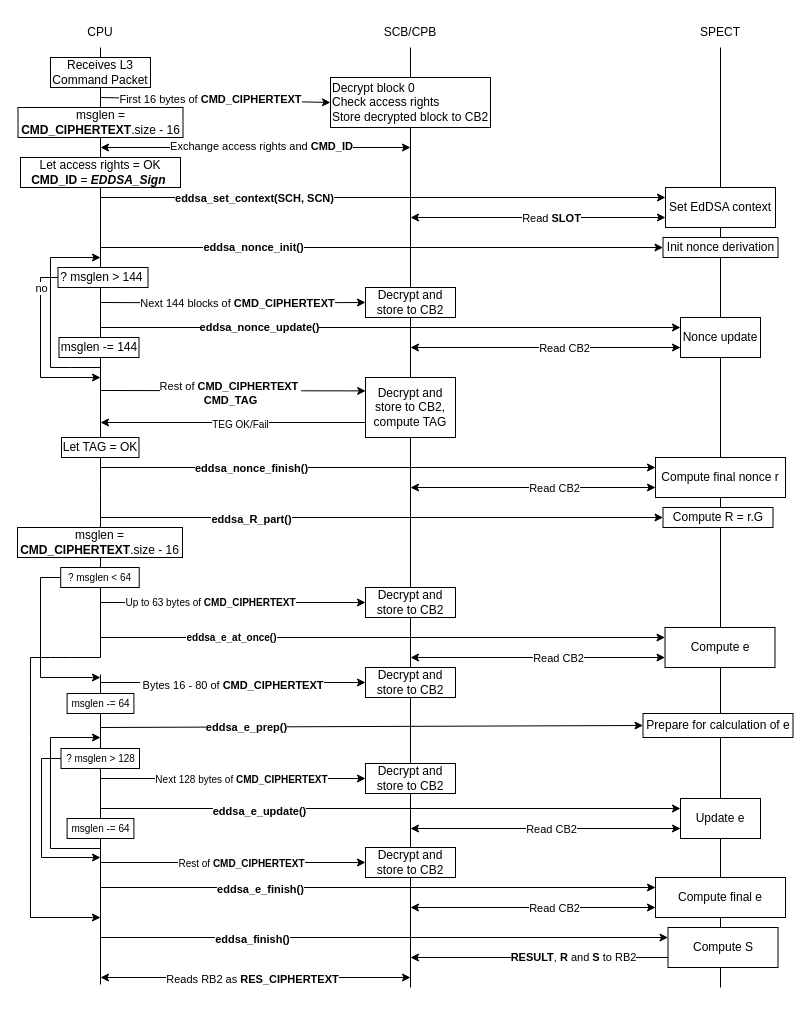
Before: doc/spect_fw_api/img/FS_EDDSA_DF.drawio in tropicsquare/ts-spect-fw, a draw.io diagram. Source tidied: cells renumbered, new cells numbered last; positions are measured from the earlier drawing's top-left corner, leaving out a move shared by most shapes. Both pictures are drawn from the tidied source at 100%, with x=0, y=0 at pixel (17, 17).
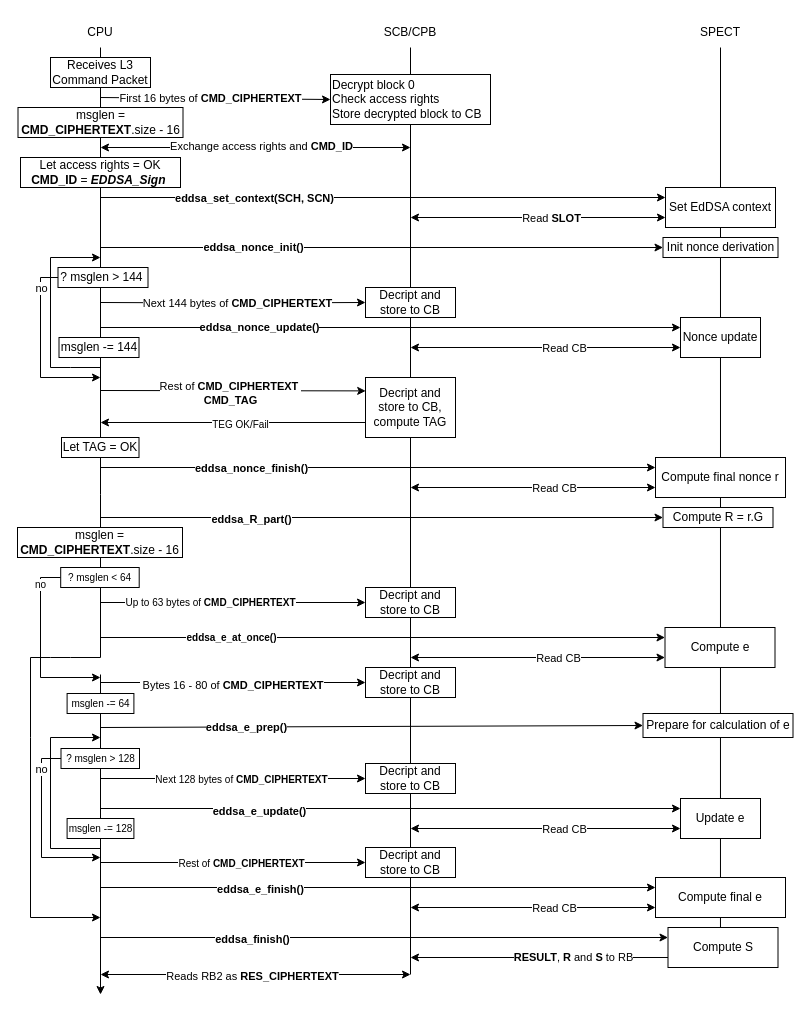
The same diagram, later.

Unchanged cells that the change refers to:
```xml
<mxCell id="5" value="SPECT" style="text;html=1;strokeColor=none;fillColor=none;align=center;verticalAlign=middle;whiteSpace=wrap;rounded=0;" parent="1" vertex="1">
  <mxGeometry x="683" width="40" height="30" as="geometry" />
</mxCell>
<mxCell id="7" value="SCB/CPB" style="text;html=1;strokeColor=none;fillColor=none;align=center;verticalAlign=middle;whiteSpace=wrap;rounded=0;" parent="1" vertex="1">
  <mxGeometry x="373" width="40" height="30" as="geometry" />
</mxCell>
<mxCell id="24" style="edgeStyle=orthogonalEdgeStyle;rounded=0;jettySize=auto;html=1;startArrow=none;startFill=0;entryX=0;entryY=0.5;entryDx=0;entryDy=0;" parent="1" edge="1" target="29">
  <mxGeometry relative="1" as="geometry">
    <mxPoint x="83" y="285" as="sourcePoint" />
  </mxGeometry>
</mxCell>
<mxCell id="33" style="endArrow=classic;startArrow=classic;html=1;rounded=0;entryX=0;entryY=0.75;entryDx=0;entryDy=0;" parent="1" edge="1" target="35">
  <mxGeometry relative="1" as="geometry">
    <mxPoint x="393" y="330" as="sourcePoint" />
  </mxGeometry>
</mxCell>
<mxCell id="43" style="endArrow=classic;startArrow=classic;html=1;rounded=0;entryX=0;entryY=0.75;entryDx=0;entryDy=0;" parent="1" edge="1" target="45">
  <mxGeometry relative="1" as="geometry">
    <mxPoint x="393" y="470" as="sourcePoint" />
  </mxGeometry>
</mxCell>
<mxCell id="56" style="endArrow=classic;startArrow=classic;html=1;rounded=0;entryX=0;entryY=0.75;entryDx=0;entryDy=0;" parent="1" edge="1" target="58">
  <mxGeometry relative="1" as="geometry">
    <mxPoint x="393" y="811" as="sourcePoint" />
  </mxGeometry>
</mxCell>
<mxCell id="61" style="endArrow=classic;startArrow=classic;html=1;rounded=0;entryX=0;entryY=0.75;entryDx=0;entryDy=0;" parent="1" edge="1" target="63">
  <mxGeometry relative="1" as="geometry">
    <mxPoint x="393" y="890" as="sourcePoint" />
  </mxGeometry>
</mxCell>
<mxCell id="66" value="Compute S" style="rounded=0;whiteSpace=wrap;html=1;labelBorderColor=none;" parent="1" vertex="1">
  <mxGeometry x="650.5" y="910" width="110" height="40" as="geometry" />
</mxCell>
<mxCell id="69" style="endArrow=classic;html=1;rounded=0;exitX=0;exitY=0.75;exitDx=0;exitDy=0;" parent="1" edge="1" source="66">
  <mxGeometry relative="1" as="geometry">
    <mxPoint x="393" y="940" as="targetPoint" />
  </mxGeometry>
</mxCell>
<mxCell id="75" value="? msglen &amp;lt; 64" style="rounded=0;whiteSpace=wrap;html=1;fontSize=10;" parent="1" vertex="1">
  <mxGeometry x="43.2" y="550" width="78.5" height="20" as="geometry" />
</mxCell>
<mxCell id="82" style="endArrow=classic;startArrow=classic;html=1;rounded=0;entryX=0;entryY=0.75;entryDx=0;entryDy=0;" parent="1" edge="1" target="81">
  <mxGeometry relative="1" as="geometry">
    <mxPoint x="393" y="640" as="sourcePoint" />
  </mxGeometry>
</mxCell>
<mxCell id="85" style="edgeStyle=orthogonalEdgeStyle;rounded=0;jettySize=auto;html=1;exitX=0;exitY=0.5;exitDx=0;exitDy=0;fontSize=10;" parent="1" edge="1" source="96">
  <mxGeometry relative="1" as="geometry">
    <mxPoint x="83" y="840" as="targetPoint" />
    <Array as="points">
      <mxPoint x="24" y="741" />
      <mxPoint x="24" y="840" />
    </Array>
  </mxGeometry>
</mxCell>
```

The edit, as a diff of the source:
```diff
@@
-    <mxCell id="4" style="edgeStyle=orthogonalEdgeStyle;rounded=0;jettySize=auto;html=1;exitX=0.5;exitY=1;exitDx=0;exitDy=0;endArrow=none;endFill=0;" parent="1" edge="1" source="5">
-      <mxGeometry relative="1" as="geometry">
-        <mxPoint x="703" y="970" as="targetPoint" />
-      </mxGeometry>
+    <mxCell id="4" style="edgeStyle=orthogonalEdgeStyle;rounded=0;jettySize=auto;html=1;exitX=0.5;exitY=1;exitDx=0;exitDy=0;endArrow=none;endFill=0;entryX=0.477;entryY=0.675;entryDx=0;entryDy=0;entryPerimeter=0;" parent="1" edge="1" source="5" target="66">
+      <mxGeometry relative="1" as="geometry" />
     </mxCell>
@@
     <mxCell id="6" style="edgeStyle=orthogonalEdgeStyle;rounded=0;jettySize=auto;html=1;exitX=0.5;exitY=1;exitDx=0;exitDy=0;endArrow=none;endFill=0;" parent="1" edge="1" source="7">
       <mxGeometry relative="1" as="geometry">
-        <mxPoint x="393" y="970" as="targetPoint" />
+        <mxPoint x="393" y="957" as="targetPoint" />
       </mxGeometry>
     </mxCell>
@@
-    <mxCell id="11" value="&lt;span style=&quot;background-color: initial;&quot;&gt;Decrypt block 0&lt;/span&gt;&lt;br&gt;&lt;span style=&quot;background-color: initial;&quot;&gt;Check access&amp;nbsp;rights&lt;/span&gt;&lt;br&gt;&lt;span style=&quot;background-color: initial;&quot;&gt;Store decrypted block to CB2&lt;/span&gt;" style="rounded=0;whiteSpace=wrap;html=1;labelBorderColor=none;align=left;" parent="1" vertex="1">
-      <mxGeometry x="313" y="60" width="160" height="50" as="geometry" />
+    <mxCell id="11" value="&lt;span style=&quot;background-color: initial;&quot;&gt;Decrypt block 0&lt;/span&gt;&lt;br&gt;&lt;span style=&quot;background-color: initial;&quot;&gt;Check access&amp;nbsp;rights&lt;/span&gt;&lt;br&gt;&lt;span style=&quot;background-color: initial;&quot;&gt;Store decrypted block to CB&lt;/span&gt;" style="rounded=0;whiteSpace=wrap;html=1;labelBorderColor=none;align=left;" parent="1" vertex="1">
+      <mxGeometry x="313" y="57" width="160" height="50" as="geometry" />
     </mxCell>
@@
-    <mxCell id="25" value="Next 144 blocks of &lt;b&gt;CMD_CIPHERTEXT&lt;/b&gt;" style="edgeLabel;html=1;align=center;verticalAlign=middle;" parent="24" vertex="1">
+    <mxCell id="25" value="Next 144 bytes of &lt;b&gt;CMD_CIPHERTEXT&lt;/b&gt;" style="edgeLabel;html=1;align=center;verticalAlign=middle;" parent="24" vertex="1">
       <mxGeometry x="-0.66" relative="1" as="geometry">
         <mxPoint x="92" as="offset" />
       </mxGeometry>
     </mxCell>
@@
-    <mxCell id="29" value="Decrypt and store to CB2" style="rounded=0;whiteSpace=wrap;html=1;labelBorderColor=none;" parent="1" vertex="1">
+    <mxCell id="29" value="Decript and store to CB" style="rounded=0;whiteSpace=wrap;html=1;labelBorderColor=none;" parent="1" vertex="1">
       <mxGeometry x="348" y="270" width="90" height="30" as="geometry" />
     </mxCell>
@@
-    <mxCell id="34" value="Read CB2" style="edgeLabel;html=1;align=center;verticalAlign=middle;" parent="33" vertex="1">
+    <mxCell id="34" value="Read CB" style="edgeLabel;html=1;align=center;verticalAlign=middle;" parent="33" vertex="1">
       <mxGeometry x="-0.13" relative="1" as="geometry">
         <mxPoint x="36" as="offset" />
       </mxGeometry>
     </mxCell>
@@
-    <mxCell id="40" value="Decrypt and&lt;br&gt;store to CB2, compute TAG" style="rounded=0;whiteSpace=wrap;html=1;labelBorderColor=none;" parent="1" vertex="1">
+    <mxCell id="40" value="Decript and&lt;br&gt;store to CB, compute TAG" style="rounded=0;whiteSpace=wrap;html=1;labelBorderColor=none;" parent="1" vertex="1">
       <mxGeometry x="348" y="360" width="90" height="60" as="geometry" />
     </mxCell>
@@
-    <mxCell id="44" value="Read CB2" style="edgeLabel;html=1;align=center;verticalAlign=middle;" parent="43" vertex="1">
+    <mxCell id="44" value="Read CB" style="edgeLabel;html=1;align=center;verticalAlign=middle;" parent="43" vertex="1">
       <mxGeometry x="-0.13" relative="1" as="geometry">
         <mxPoint x="36" as="offset" />
       </mxGeometry>
     </mxCell>
@@
-    <mxCell id="57" value="Read CB2" style="edgeLabel;html=1;align=center;verticalAlign=middle;" parent="56" vertex="1">
+    <mxCell id="57" value="Read CB" style="edgeLabel;html=1;align=center;verticalAlign=middle;" parent="56" vertex="1">
       <mxGeometry x="-0.13" relative="1" as="geometry">
-        <mxPoint x="23" as="offset" />
+        <mxPoint x="36" as="offset" />
       </mxGeometry>
     </mxCell>
@@
-    <mxCell id="62" value="Read CB2" style="edgeLabel;html=1;align=center;verticalAlign=middle;" parent="61" vertex="1">
+    <mxCell id="62" value="Read CB" style="edgeLabel;html=1;align=center;verticalAlign=middle;" parent="61" vertex="1">
       <mxGeometry x="-0.13" relative="1" as="geometry">
         <mxPoint x="36" as="offset" />
       </mxGeometry>
     </mxCell>
@@
-    <mxCell id="70" value="&lt;b&gt;RESULT&lt;/b&gt;,&lt;b&gt; R &lt;/b&gt;and&lt;b&gt; S&amp;nbsp;&lt;/b&gt;to RB2" style="edgeLabel;html=1;align=center;verticalAlign=middle;" parent="69" vertex="1">
+    <mxCell id="70" value="&lt;b&gt;RESULT&lt;/b&gt;,&lt;b&gt; R &lt;/b&gt;and&lt;b&gt; S&amp;nbsp;&lt;/b&gt;to RB" style="edgeLabel;html=1;align=center;verticalAlign=middle;" parent="69" vertex="1">
       <mxGeometry x="0.74" y="-1" relative="1" as="geometry">
         <mxPoint x="129" as="offset" />
       </mxGeometry>
     </mxCell>
     <mxCell id="71" style="endArrow=classic;startArrow=classic;html=1;rounded=0;" parent="1" edge="1">
       <mxGeometry relative="1" as="geometry">
-        <mxPoint x="83" y="960" as="sourcePoint" />
-        <mxPoint x="393" y="960" as="targetPoint" />
+        <mxPoint x="83" y="957" as="sourcePoint" />
+        <mxPoint x="393" y="957" as="targetPoint" />
       </mxGeometry>
     </mxCell>
@@
-    <mxCell id="74" style="edgeStyle=orthogonalEdgeStyle;rounded=0;jettySize=auto;html=1;exitX=0;exitY=0.5;exitDx=0;exitDy=0;fontSize=10;" parent="1" edge="1" source="75">
-      <mxGeometry relative="1" as="geometry">
+    <mxCell id="74" value="no" style="edgeStyle=orthogonalEdgeStyle;rounded=0;jettySize=auto;html=1;exitX=0;exitY=0.5;exitDx=0;exitDy=0;fontSize=10;" parent="1" edge="1" source="75">
+      <mxGeometry x="-0.7" relative="1" as="geometry">
         <mxPoint x="83" y="660" as="targetPoint" />
         <Array as="points">
           <mxPoint x="23" y="560" />
           <mxPoint x="23" y="660" />
           <mxPoint x="83" y="660" />
         </Array>
       </mxGeometry>
     </mxCell>
@@
-    <mxCell id="78" value="Decrypt and store to CB2" style="rounded=0;whiteSpace=wrap;html=1;labelBorderColor=none;" parent="1" vertex="1">
+    <mxCell id="78" value="Decript and store to CB" style="rounded=0;whiteSpace=wrap;html=1;labelBorderColor=none;" parent="1" vertex="1">
       <mxGeometry x="348" y="570" width="90" height="30" as="geometry" />
     </mxCell>
@@
-    <mxCell id="83" value="Read CB2" style="edgeLabel;html=1;align=center;verticalAlign=middle;" parent="82" vertex="1">
+    <mxCell id="83" value="Read CB" style="edgeLabel;html=1;align=center;verticalAlign=middle;" parent="82" vertex="1">
       <mxGeometry x="-0.13" relative="1" as="geometry">
         <mxPoint x="36" as="offset" />
       </mxGeometry>
     </mxCell>
@@
+    <mxCell id="98" value="no" style="edgeLabel;html=1;align=center;verticalAlign=middle;" parent="85" vertex="1">
+      <mxGeometry x="0.14" y="-1" relative="1" as="geometry">
+        <mxPoint y="-71" as="offset" />
+      </mxGeometry>
+    </mxCell>
-    <mxCell id="86" value="Decrypt and store to CB2" style="rounded=0;whiteSpace=wrap;html=1;labelBorderColor=none;" parent="1" vertex="1">
+    <mxCell id="86" value="Decript and store to CB" style="rounded=0;whiteSpace=wrap;html=1;labelBorderColor=none;" parent="1" vertex="1">
       <mxGeometry x="348" y="650" width="90" height="30" as="geometry" />
     </mxCell>
@@
-    <mxCell id="89" value="Decrypt and store to CB2" style="rounded=0;whiteSpace=wrap;html=1;labelBorderColor=none;" parent="1" vertex="1">
+    <mxCell id="89" value="Decript and store to CB" style="rounded=0;whiteSpace=wrap;html=1;labelBorderColor=none;" parent="1" vertex="1">
       <mxGeometry x="348" y="746" width="90" height="30" as="geometry" />
     </mxCell>
@@
-    <mxCell id="93" value="Decrypt and store to CB2" style="rounded=0;whiteSpace=wrap;html=1;labelBorderColor=none;" parent="1" vertex="1">
+    <mxCell id="93" value="Decript and store to CB" style="rounded=0;whiteSpace=wrap;html=1;labelBorderColor=none;" parent="1" vertex="1">
       <mxGeometry x="348" y="830" width="90" height="30" as="geometry" />
     </mxCell>
-    <mxCell id="94" style="endArrow=none;html=1;rounded=0;" parent="1" edge="1">
+    <mxCell id="94" style="endArrow=none;html=1;rounded=0;startArrow=classic;startFill=1;" parent="1" edge="1">
       <mxGeometry relative="1" as="geometry">
-        <mxPoint x="83" y="967" as="sourcePoint" />
+        <mxPoint x="83" y="977" as="sourcePoint" />
         <mxPoint x="83" y="657" as="targetPoint" />
       </mxGeometry>
     </mxCell>
+    <mxCell id="97" value="msglen -= 128" style="rounded=0;whiteSpace=wrap;html=1;fontSize=10;shadow=0;" parent="1" vertex="1">
+      <mxGeometry x="49.6" y="801" width="66.8" height="20" as="geometry" />
+    </mxCell>
+    <mxCell id="96" value="? msglen &amp;gt; 128" style="rounded=0;whiteSpace=wrap;html=1;fontSize=10;" parent="1" vertex="1">
+      <mxGeometry x="43.5" y="731" width="78.5" height="20" as="geometry" />
+    </mxCell>
-    <mxCell id="95" value="msglen -= 64" style="rounded=0;whiteSpace=wrap;html=1;fontSize=10;fillColor=default;" parent="1" vertex="1">
+    <mxCell id="95" value="msglen -= 64" style="rounded=0;whiteSpace=wrap;html=1;fontSize=10;" parent="1" vertex="1">
       <mxGeometry x="49.6" y="676" width="66.8" height="20" as="geometry" />
     </mxCell>
-    <mxCell id="96" value="? msglen &amp;gt; 128" style="rounded=0;whiteSpace=wrap;html=1;fontSize=10;" parent="1" vertex="1">
-      <mxGeometry x="43.5" y="731" width="78.5" height="20" as="geometry" />
-    </mxCell>
-    <mxCell id="97" value="msglen -= 64" style="rounded=0;whiteSpace=wrap;html=1;fontSize=10;" parent="1" vertex="1">
-      <mxGeometry x="49.6" y="801" width="66.8" height="20" as="geometry" />
-    </mxCell>
```
